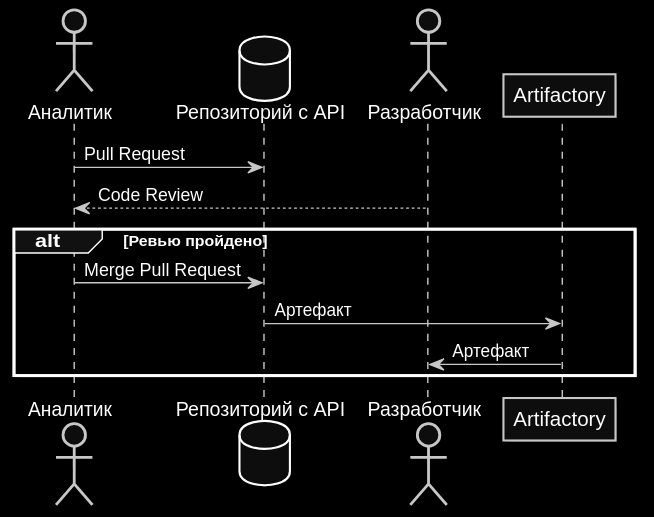
Earlier version of the PlantUML export doc/api-first-approach.svg (l3r8yJ/api-first-presentation).
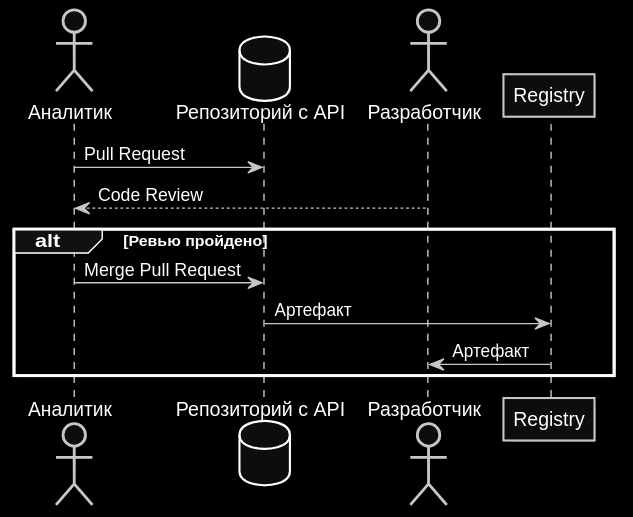
The same file after the commit.

Commit message:
Diagram generated

Diff of the diagram source:
```diff
@@ -3,7 +3,7 @@
 actor Аналитик as analyst
 database "Репозиторий с API" as repo
 actor Разработчик as dev
-participant Artifactory as nexus
+participant Registry as nexus
 
 analyst -> repo: Pull Request
 dev --> analyst: Code Review
```
